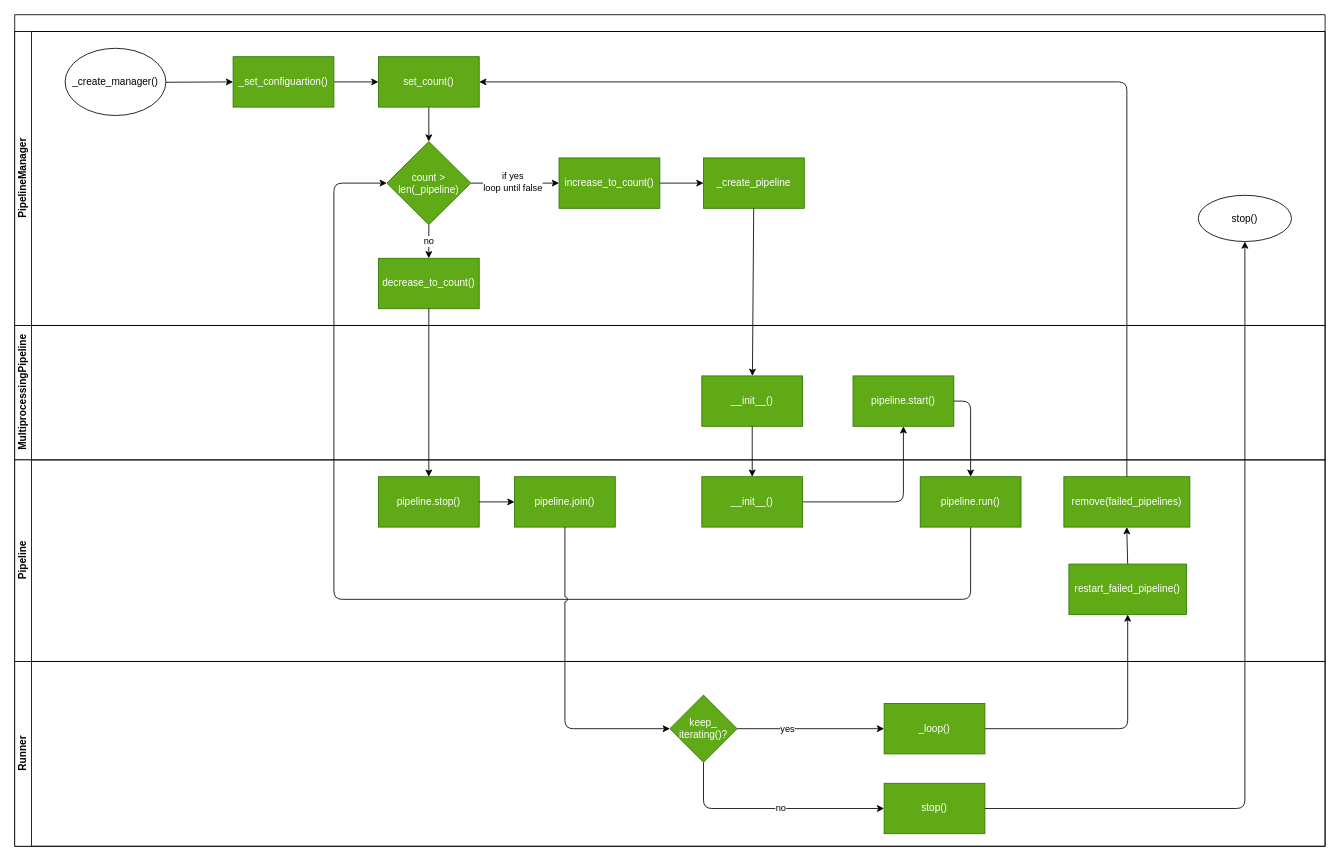
Before: doc/source/development/architecture/diagramms/pipelineManager.drawio in fkie-cad/Logprep, a draw.io diagram. Source tidied: cells renumbered, new cells numbered last; positions are measured from the earlier drawing's top-left corner, leaving out a move shared by most shapes. Both pictures are drawn from the tidied source at 84%, with x=0, y=0 at pixel (14, 14).
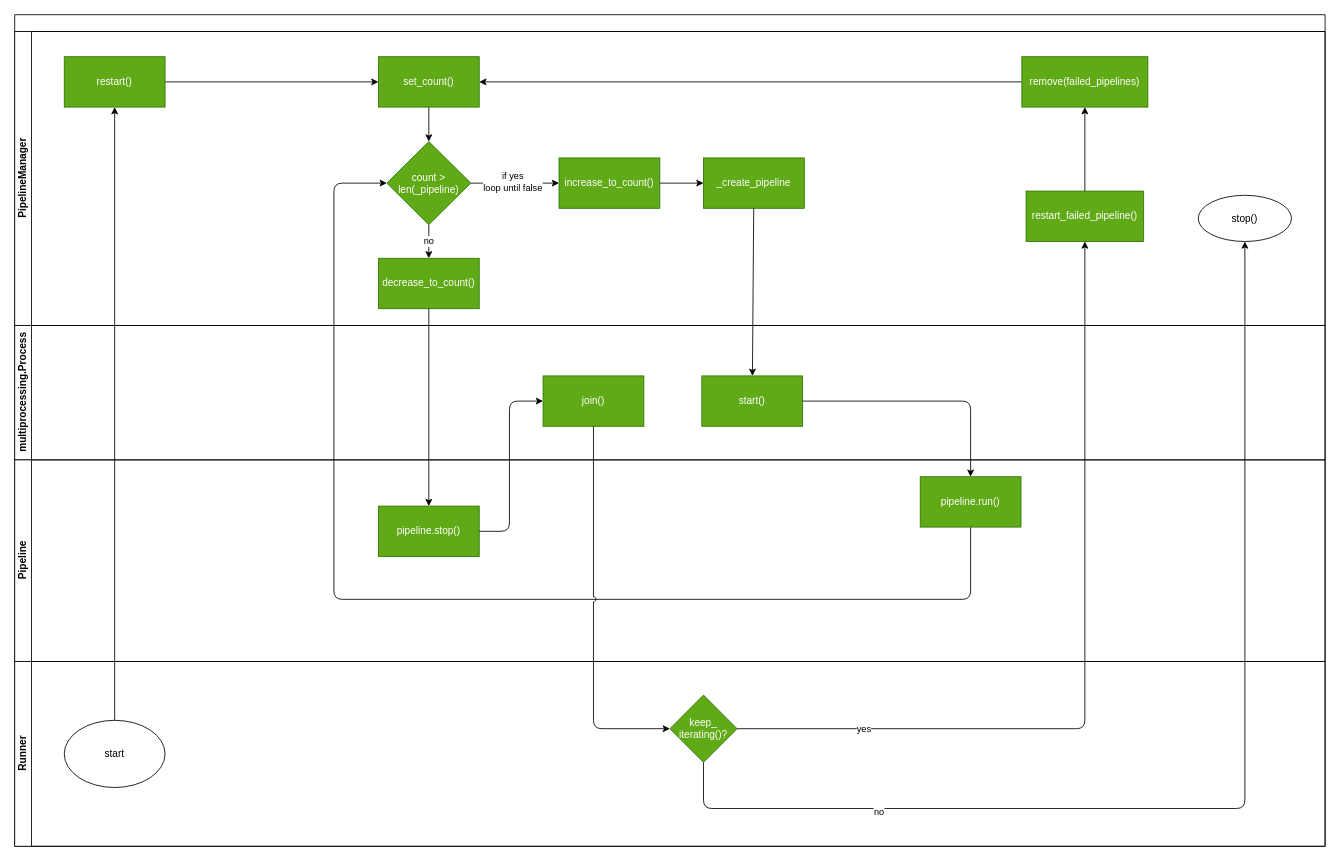
After the change.

Commit message (it also covers changes not shown here):
update architecture visualizations

Unchanged cells that the change refers to:
```xml
<mxCell id="2" style="swimlane;html=1;horizontal=1;startSize=20;whiteSpace=wrap;" parent="1" vertex="1">
  <mxGeometry width="1560" height="990" as="geometry" />
</mxCell>
<mxCell id="3" value="PipelineManager" style="swimlane;html=1;startSize=20;horizontal=0;" parent="2" vertex="1">
  <mxGeometry y="20" width="1560" height="350" as="geometry" />
</mxCell>
<mxCell id="9" value="set_count()" style="whiteSpace=wrap;html=1;fillColor=#60a917;fontColor=#ffffff;strokeColor=#2D7600;" parent="3" vertex="1">
  <mxGeometry x="433" y="30" width="120" height="60" as="geometry" />
</mxCell>
<mxCell id="18" value="stop()" style="ellipse;whiteSpace=wrap;html=1;" parent="3" vertex="1">
  <mxGeometry x="1409" y="195" width="111" height="55" as="geometry" />
</mxCell>
<mxCell id="28" value="Pipeline" style="swimlane;html=1;startSize=20;horizontal=0;" parent="2" vertex="1">
  <mxGeometry y="530" width="1560" height="240" as="geometry" />
</mxCell>
<mxCell id="33" value="pipeline.run()" style="whiteSpace=wrap;html=1;fillColor=#60a917;fontColor=#ffffff;strokeColor=#2D7600;" parent="28" vertex="1">
  <mxGeometry x="1078" y="20" width="120" height="60" as="geometry" />
</mxCell>
<mxCell id="40" value="Runner" style="swimlane;html=1;startSize=20;horizontal=0;" parent="2" vertex="1">
  <mxGeometry y="770" width="1560" height="220" as="geometry" />
</mxCell>
```

Change to the diagram source:
```diff
@@
-    <mxCell id="4" style="edgeStyle=none;html=1;" parent="3" edge="1" source="5" target="7">
-      <mxGeometry relative="1" as="geometry" />
-    </mxCell>
-    <mxCell id="5" value="_create_manager()" style="ellipse;whiteSpace=wrap;html=1;" parent="3" vertex="1">
-      <mxGeometry x="60" y="20" width="120" height="80" as="geometry" />
-    </mxCell>
-    <mxCell id="6" style="edgeStyle=none;html=1;" parent="3" edge="1" source="7" target="9">
+    <mxCell id="6" style="edgeStyle=none;html=1;exitX=1;exitY=0.5;exitDx=0;exitDy=0;" parent="3" edge="1" source="49" target="9">
       <mxGeometry relative="1" as="geometry" />
     </mxCell>
-    <mxCell id="7" value="_set_configuartion()" style="whiteSpace=wrap;html=1;fillColor=#60a917;fontColor=#ffffff;strokeColor=#2D7600;" parent="3" vertex="1">
-      <mxGeometry x="260" y="30" width="120" height="60" as="geometry" />
-    </mxCell>
@@
+    <mxCell id="49" value="restart()" style="whiteSpace=wrap;html=1;fillColor=#60a917;fontColor=#ffffff;strokeColor=#2D7600;" parent="3" vertex="1">
+      <mxGeometry x="59" y="30" width="120" height="60" as="geometry" />
+    </mxCell>
+    <mxCell id="38" style="edgeStyle=orthogonalEdgeStyle;rounded=0;jettySize=auto;html=1;" parent="3" edge="1" source="36" target="9">
+      <mxGeometry relative="1" as="geometry" />
+    </mxCell>
+    <mxCell id="36" value="remove(failed_pipelines)" style="whiteSpace=wrap;html=1;rounded=0;fillColor=#60a917;fontColor=#ffffff;strokeColor=#2D7600;" parent="3" vertex="1">
+      <mxGeometry x="1199" y="30" width="150" height="60" as="geometry" />
+    </mxCell>
+    <mxCell id="35" value="restart_failed_pipeline()" style="whiteSpace=wrap;html=1;rounded=0;fillColor=#60a917;fontColor=#ffffff;strokeColor=#2D7600;" parent="3" vertex="1">
+      <mxGeometry x="1204" y="190" width="140" height="60" as="geometry" />
+    </mxCell>
+    <mxCell id="34" style="edgeStyle=orthogonalEdgeStyle;jumpStyle=arc;html=1;" parent="3" edge="1" source="35" target="36">
+      <mxGeometry relative="1" as="geometry" />
+    </mxCell>
-    <mxCell id="19" value="MultiprocessingPipeline" style="swimlane;html=1;startSize=20;horizontal=0;" parent="2" vertex="1">
+    <mxCell id="19" value="multiprocessing.Process" style="swimlane;html=1;startSize=20;horizontal=0;" parent="2" vertex="1">
       <mxGeometry y="370" width="1560" height="160" as="geometry" />
     </mxCell>
-    <mxCell id="20" value="__init__()" style="whiteSpace=wrap;html=1;fillColor=#60a917;fontColor=#ffffff;strokeColor=#2D7600;" parent="19" vertex="1">
+    <mxCell id="20" value="start()" style="whiteSpace=wrap;html=1;fillColor=#60a917;fontColor=#ffffff;strokeColor=#2D7600;" parent="19" vertex="1">
       <mxGeometry x="818" y="60" width="120" height="60" as="geometry" />
     </mxCell>
-    <mxCell id="21" value="pipeline.start()" style="whiteSpace=wrap;html=1;fillColor=#60a917;fontColor=#ffffff;strokeColor=#2D7600;" parent="19" vertex="1">
-      <mxGeometry x="998" y="60" width="120" height="60" as="geometry" />
-    </mxCell>
+    <mxCell id="29" value="join()" style="whiteSpace=wrap;html=1;rounded=0;fillColor=#60a917;fontColor=#ffffff;strokeColor=#2D7600;" parent="19" vertex="1">
+      <mxGeometry x="629" y="60" width="120" height="60" as="geometry" />
+    </mxCell>
@@
-    <mxCell id="24" style="edgeStyle=none;html=1;" parent="2" edge="1" source="20" target="32">
-      <mxGeometry relative="1" as="geometry" />
-    </mxCell>
-    <mxCell id="25" style="edgeStyle=orthogonalEdgeStyle;html=1;" parent="2" edge="1" source="32" target="21">
-      <mxGeometry relative="1" as="geometry" />
-    </mxCell>
-    <mxCell id="26" style="edgeStyle=orthogonalEdgeStyle;html=1;entryX=0.5;entryY=0;entryDx=0;entryDy=0;exitX=1;exitY=0.5;exitDx=0;exitDy=0;" parent="2" edge="1" source="21" target="33">
+    <mxCell id="26" style="edgeStyle=orthogonalEdgeStyle;html=1;entryX=0.5;entryY=0;entryDx=0;entryDy=0;" parent="2" edge="1" source="20" target="33">
       <mxGeometry relative="1" as="geometry">
         <Array as="points">
           <mxPoint x="1138" y="460" />
         </Array>
       </mxGeometry>
     </mxCell>
@@
-    <mxCell id="29" value="pipeline.join()" style="whiteSpace=wrap;html=1;rounded=0;fillColor=#60a917;fontColor=#ffffff;strokeColor=#2D7600;" parent="28" vertex="1">
-      <mxGeometry x="595" y="20" width="120" height="60" as="geometry" />
-    </mxCell>
     <mxCell id="30" value="pipeline.stop()" style="rounded=0;whiteSpace=wrap;html=1;fillColor=#60a917;fontColor=#ffffff;strokeColor=#2D7600;" parent="28" vertex="1">
-      <mxGeometry x="433" y="20" width="120" height="60" as="geometry" />
+      <mxGeometry x="433" y="55" width="120" height="60" as="geometry" />
     </mxCell>
-    <mxCell id="31" style="edgeStyle=none;html=1;" parent="28" edge="1" source="30" target="29">
-      <mxGeometry relative="1" as="geometry" />
-    </mxCell>
-    <mxCell id="32" value="__init__()" style="whiteSpace=wrap;html=1;fillColor=#60a917;fontColor=#ffffff;strokeColor=#2D7600;" parent="28" vertex="1">
-      <mxGeometry x="818" y="20" width="120" height="60" as="geometry" />
-    </mxCell>
@@
-    <mxCell id="34" style="edgeStyle=orthogonalEdgeStyle;jumpStyle=arc;html=1;" parent="28" edge="1" source="35" target="36">
-      <mxGeometry relative="1" as="geometry" />
-    </mxCell>
-    <mxCell id="35" value="restart_failed_pipeline()" style="whiteSpace=wrap;html=1;rounded=0;fillColor=#60a917;fontColor=#ffffff;strokeColor=#2D7600;" parent="28" vertex="1">
-      <mxGeometry x="1255" y="124" width="140" height="60" as="geometry" />
-    </mxCell>
-    <mxCell id="36" value="remove(failed_pipelines)" style="whiteSpace=wrap;html=1;rounded=0;fillColor=#60a917;fontColor=#ffffff;strokeColor=#2D7600;" parent="28" vertex="1">
-      <mxGeometry x="1249" y="20" width="150" height="60" as="geometry" />
-    </mxCell>
-    <mxCell id="37" style="edgeStyle=orthogonalEdgeStyle;jumpStyle=arc;html=1;strokeColor=#000000;" parent="2" edge="1" source="46" target="35">
-      <mxGeometry relative="1" as="geometry" />
-    </mxCell>
-    <mxCell id="38" style="edgeStyle=orthogonalEdgeStyle;jumpStyle=arc;html=1;entryX=1;entryY=0.5;entryDx=0;entryDy=0;fillColor=#60a917;strokeColor=#000000;exitX=0.5;exitY=0;exitDx=0;exitDy=0;" parent="2" edge="1" source="36" target="9">
-      <mxGeometry relative="1" as="geometry">
-        <Array as="points">
-          <mxPoint x="1324" y="80" />
-        </Array>
-      </mxGeometry>
-    </mxCell>
@@
+    <mxCell id="45" value="keep_&lt;br&gt;iterating()?" style="rhombus;whiteSpace=wrap;html=1;rounded=0;fillColor=#60a917;fontColor=#ffffff;strokeColor=#2D7600;" parent="40" vertex="1">
+      <mxGeometry x="780" y="40" width="80" height="80" as="geometry" />
+    </mxCell>
+    <mxCell id="50" value="start" style="ellipse;whiteSpace=wrap;html=1;" parent="40" vertex="1">
+      <mxGeometry x="59" y="70" width="120" height="80" as="geometry" />
+    </mxCell>
+    <mxCell id="51" style="edgeStyle=orthogonalEdgeStyle;rounded=0;jettySize=auto;html=1;entryX=0.5;entryY=1;entryDx=0;entryDy=0;" parent="2" edge="1" source="50" target="49">
+      <mxGeometry relative="1" as="geometry" />
+    </mxCell>
+    <mxCell id="31" style="edgeStyle=orthogonalEdgeStyle;html=1;exitX=1;exitY=0.5;exitDx=0;exitDy=0;entryX=0;entryY=0.5;entryDx=0;entryDy=0;" parent="2" edge="1" source="30" target="29">
+      <mxGeometry relative="1" as="geometry">
+        <Array as="points">
+          <mxPoint x="589" y="615" />
+          <mxPoint x="589" y="460" />
+        </Array>
+      </mxGeometry>
+    </mxCell>
+    <mxCell id="43" style="edgeStyle=orthogonalEdgeStyle;html=1;entryX=0.5;entryY=1;entryDx=0;entryDy=0;exitX=0.5;exitY=1;exitDx=0;exitDy=0;" parent="2" edge="1" source="45" target="18">
+      <mxGeometry relative="1" as="geometry">
+        <Array as="points">
+          <mxPoint x="820" y="945" />
+          <mxPoint x="1465" y="945" />
+        </Array>
+      </mxGeometry>
+    </mxCell>
+    <mxCell id="44" value="no" style="edgeLabel;html=1;align=center;verticalAlign=middle;" parent="43" vertex="1">
+      <mxGeometry x="0.08" y="2" relative="1" as="geometry">
+        <mxPoint x="-434" y="46" as="offset" />
+      </mxGeometry>
+    </mxCell>
-    <mxCell id="41" style="edgeStyle=orthogonalEdgeStyle;jumpStyle=arc;html=1;" parent="40" edge="1" source="45" target="46">
+    <mxCell id="41" style="edgeStyle=orthogonalEdgeStyle;jumpStyle=arc;html=1;" parent="2" edge="1" source="45" target="35">
       <mxGeometry relative="1" as="geometry" />
     </mxCell>
     <mxCell id="42" value="yes" style="edgeLabel;html=1;align=center;verticalAlign=middle;" parent="41" vertex="1">
-      <mxGeometry x="-0.33" relative="1" as="geometry" />
+      <mxGeometry x="-0.33" relative="1" as="geometry">
+        <mxPoint x="-183" as="offset" />
+      </mxGeometry>
     </mxCell>
-    <mxCell id="43" style="edgeStyle=orthogonalEdgeStyle;html=1;entryX=0;entryY=0.5;entryDx=0;entryDy=0;exitX=0.5;exitY=1;exitDx=0;exitDy=0;" parent="40" edge="1" source="45" target="47">
-      <mxGeometry relative="1" as="geometry" />
-    </mxCell>
-    <mxCell id="44" value="no" style="edgeLabel;html=1;align=center;verticalAlign=middle;" parent="43" vertex="1">
-      <mxGeometry x="0.08" y="2" relative="1" as="geometry" />
-    </mxCell>
-    <mxCell id="45" value="keep_&lt;br&gt;iterating()?" style="rhombus;whiteSpace=wrap;html=1;rounded=0;fillColor=#60a917;fontColor=#ffffff;strokeColor=#2D7600;" parent="40" vertex="1">
-      <mxGeometry x="780" y="40" width="80" height="80" as="geometry" />
-    </mxCell>
-    <mxCell id="46" value="_loop()" style="whiteSpace=wrap;html=1;rounded=0;fillColor=#60a917;fontColor=#ffffff;strokeColor=#2D7600;" parent="40" vertex="1">
-      <mxGeometry x="1035" y="50" width="120" height="60" as="geometry" />
-    </mxCell>
-    <mxCell id="47" value="stop()" style="whiteSpace=wrap;html=1;fillColor=#60a917;strokeColor=#2D7600;fontColor=#ffffff;rounded=0;" parent="40" vertex="1">
-      <mxGeometry x="1035" y="145" width="120" height="60" as="geometry" />
-    </mxCell>
-    <mxCell id="48" style="edgeStyle=orthogonalEdgeStyle;html=1;exitX=1;exitY=0.5;exitDx=0;exitDy=0;entryX=0.5;entryY=1;entryDx=0;entryDy=0;" parent="2" edge="1" source="47" target="18">
-      <mxGeometry relative="1" as="geometry" />
-    </mxCell>
```
